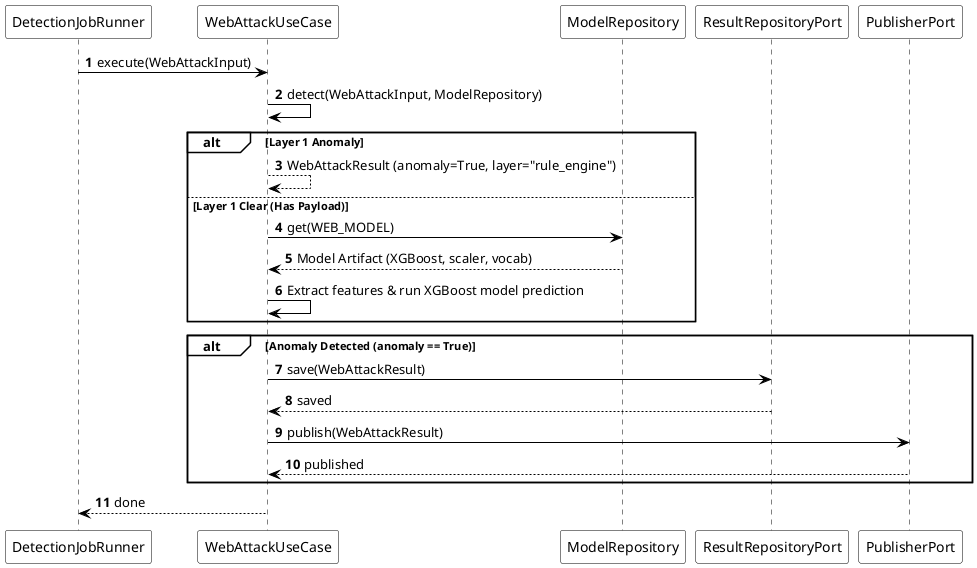
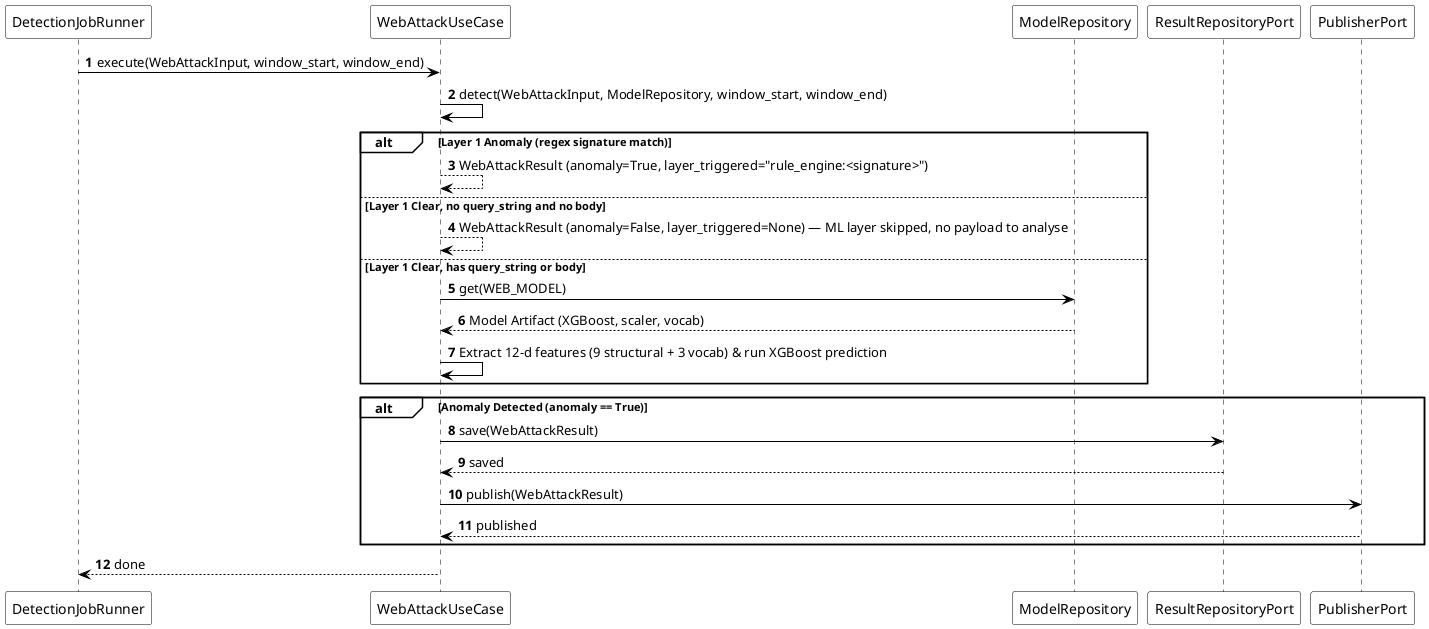
@startuml sequence-web-attack-uc3
autonumber
<style>
root {
  BackgroundColor white
  LineColor black
  FontColor black
}
sequenceDiagram {
  participant {
    Padding 10
  }
}
</style>

participant "DetectionJobRunner" as Runner
participant "WebAttackUseCase" as UseCase
participant "ModelRepository" as ModelStore
participant "ResultRepositoryPort" as ResultRepo
participant "PublisherPort" as Publisher

- Runner -> UseCase : execute(WebAttackInput)
- UseCase -> UseCase : detect(WebAttackInput, ModelRepository)
+ Runner -> UseCase : execute(WebAttackInput, window_start, window_end)
+ UseCase -> UseCase : detect(WebAttackInput, ModelRepository, window_start, window_end)

- alt Layer 1 Anomaly
-     UseCase --> UseCase : WebAttackResult (anomaly=True, layer="rule_engine")
- else Layer 1 Clear (Has Payload)
+ alt Layer 1 Anomaly (regex signature match)
+     UseCase --> UseCase : WebAttackResult (anomaly=True, layer_triggered="rule_engine:<signature>")
+ else Layer 1 Clear, no query_string and no body
+     UseCase --> UseCase : WebAttackResult (anomaly=False, layer_triggered=None) — ML layer skipped, no payload to analyse
+ else Layer 1 Clear, has query_string or body
    UseCase -> ModelStore : get(WEB_MODEL)
    ModelStore --> UseCase : Model Artifact (XGBoost, scaler, vocab)
-     UseCase -> UseCase : Extract features & run XGBoost model prediction
+     UseCase -> UseCase : Extract 12-d features (9 structural + 3 vocab) & run XGBoost prediction
end

alt Anomaly Detected (anomaly == True)
    UseCase -> ResultRepo : save(WebAttackResult)
    ResultRepo --> UseCase : saved
    UseCase -> Publisher : publish(WebAttackResult)
    Publisher --> UseCase : published
end
UseCase --> Runner : done

@enduml
